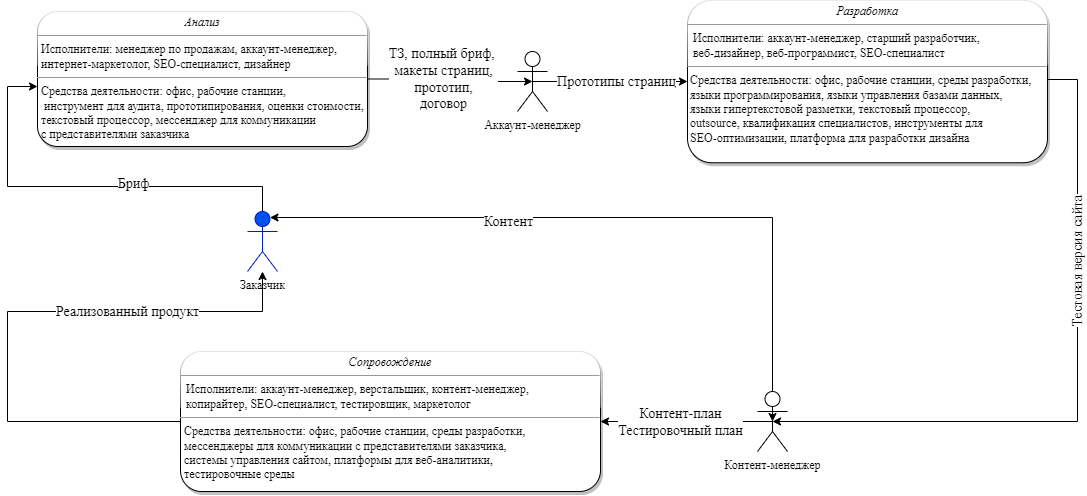
Luzinsan/tusur keeps this draw.io diagram as 3 курс/5 семестр/ТСиСА/Курсовая/модели2ч-Модель Структуры (уровень 2).drawio.png. Above is the earlier version. Source tidied: cells renumbered, new cells last; positions are measured from the earlier drawing's top-left corner, leaving out a move shared by most shapes.
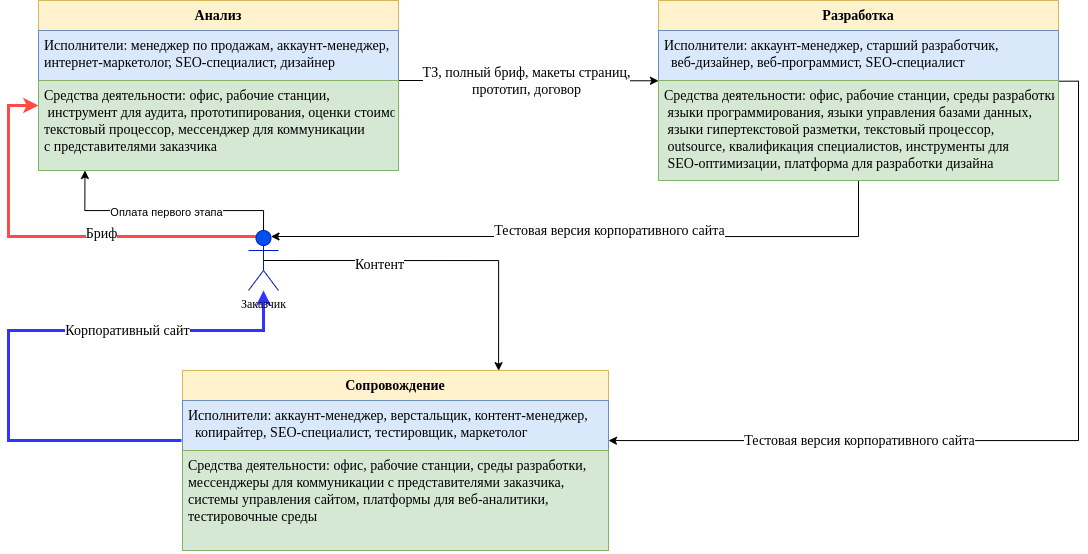
Above is the later version.

Diff of the diagram source:
```diff
@@ -2,19 +2,34 @@
   <root>
     <mxCell id="0" />
     <mxCell id="1" parent="0" />
-    <mxCell id="2" style="edgeStyle=orthogonalEdgeStyle;rounded=0;jettySize=auto;html=1;entryX=0.5;entryY=0.5;entryDx=0;entryDy=0;entryPerimeter=0;fontFamily=Times New Roman;fontSize=14;" parent="1" edge="1" source="4" target="16">
-      <mxGeometry relative="1" as="geometry" />
+    <mxCell id="2" style="edgeStyle=orthogonalEdgeStyle;rounded=0;jettySize=auto;html=1;fontFamily=Times New Roman;fontSize=14;entryX=0;entryY=0.003;entryDx=0;entryDy=0;entryPerimeter=0;" parent="1" edge="1" target="31">
+      <mxGeometry relative="1" as="geometry">
+        <mxPoint x="390" y="61" as="sourcePoint" />
+        <Array as="points">
+          <mxPoint x="460" y="61" />
+          <mxPoint x="460" y="61" />
+        </Array>
+      </mxGeometry>
     </mxCell>
-    <mxCell id="3" value="ТЗ, полный бриф, &lt;br&gt;макеты страниц,&lt;br&gt;прототип,&lt;br&gt;договор" style="edgeLabel;html=1;align=center;verticalAlign=middle;fontSize=14;fontFamily=Times New Roman;" parent="2" vertex="1">
+    <mxCell id="3" value="ТЗ, полный бриф, макеты страниц,&lt;br&gt;прототип, договор" style="edgeLabel;html=1;align=center;verticalAlign=middle;fontSize=14;fontFamily=Times New Roman;" parent="2" vertex="1">
       <mxGeometry x="-0.28" y="2" relative="1" as="geometry">
-        <mxPoint x="14" y="2" as="offset" />
+        <mxPoint x="33" y="2" as="offset" />
       </mxGeometry>
     </mxCell>
-    <mxCell id="4" value="&lt;p style=&quot;margin:0px;margin-top:4px;text-align:center;&quot;&gt;&lt;i&gt;Анализ&lt;/i&gt;&lt;/p&gt;&lt;hr size=&quot;1&quot;&gt;&lt;p style=&quot;margin:0px;margin-left:4px;&quot;&gt;Исполнители: менеджер по продажам, аккаунт-менеджер, &lt;br&gt;интернет-маркетолог, SEO-специалист, дизайнер&lt;br&gt;&lt;/p&gt;&lt;hr size=&quot;1&quot;&gt;&lt;p style=&quot;margin:0px;margin-left:4px;&quot;&gt;Средства деятельности: офис, рабочие станции, &lt;br&gt;&amp;nbsp;инструмент для аудита, прототипирования, оценки стоимости,&lt;br&gt;текстовый процессор, мессенджер для коммуникации &lt;br&gt;с представителями заказчика&lt;/p&gt;" style="verticalAlign=top;align=left;overflow=fill;fontSize=12;fontFamily=Times New Roman;html=1;glass=1;shadow=1;rounded=1;" parent="1" vertex="1">
-      <mxGeometry x="30" y="11" width="330" height="135" as="geometry" />
-    </mxCell>
+    <mxCell id="22" style="edgeStyle=orthogonalEdgeStyle;rounded=0;jettySize=auto;html=1;entryX=0.5;entryY=0;entryDx=0;entryDy=0;entryPerimeter=0;strokeWidth=1;startArrow=classic;startFill=1;endArrow=none;endFill=0;exitX=0.129;exitY=1;exitDx=0;exitDy=0;exitPerimeter=0;" parent="1" edge="1" source="28" target="13">
+      <mxGeometry relative="1" as="geometry">
+        <Array as="points">
+          <mxPoint x="76" y="191" />
+          <mxPoint x="255" y="191" />
+        </Array>
+      </mxGeometry>
+    </mxCell>
+    <mxCell id="23" value="Оплата первого этапа" style="edgeLabel;html=1;align=center;verticalAlign=middle;" parent="22" vertex="1">
+      <mxGeometry x="0.01" y="-1" relative="1" as="geometry" />
+    </mxCell>
-    <mxCell id="5" style="edgeStyle=orthogonalEdgeStyle;rounded=0;jettySize=auto;html=1;fontFamily=Times New Roman;fontSize=14;" parent="1" edge="1" source="7" target="13">
+    <mxCell id="5" style="edgeStyle=orthogonalEdgeStyle;rounded=0;jettySize=auto;html=1;fontFamily=Times New Roman;fontSize=14;fillColor=#dae8fc;strokeColor=#3333FF;strokeWidth=3;" parent="1" edge="1" target="13">
       <mxGeometry relative="1" as="geometry">
+        <mxPoint x="173" y="421" as="sourcePoint" />
         <Array as="points">
           <mxPoint y="421" />
           <mxPoint y="311" />
@@ -22,36 +37,31 @@
         </Array>
       </mxGeometry>
     </mxCell>
-    <mxCell id="6" value="Реализованный продукт" style="edgeLabel;html=1;align=center;verticalAlign=middle;fontSize=14;fontFamily=Times New Roman;" parent="5" vertex="1">
+    <mxCell id="6" value="Корпоративный сайт" style="edgeLabel;html=1;align=center;verticalAlign=middle;fontSize=14;fontFamily=Times New Roman;" parent="5" vertex="1">
       <mxGeometry x="0.12" relative="1" as="geometry">
         <mxPoint x="78" as="offset" />
       </mxGeometry>
     </mxCell>
-    <mxCell id="7" value="&lt;p style=&quot;margin:0px;margin-top:4px;text-align:center;&quot;&gt;&lt;i&gt;Сопровождение&lt;/i&gt;&lt;/p&gt;&lt;hr size=&quot;1&quot;&gt;&lt;p style=&quot;margin:0px;margin-left:4px;&quot;&gt;&lt;/p&gt;&amp;nbsp; Исполнители: аккаунт-менеджер, верстальщик, контент-менеджер,&lt;br&gt;&amp;nbsp; копирайтер, SEO-специалист, тестировщик, маркетолог&lt;br&gt;&lt;hr size=&quot;1&quot;&gt;&lt;p style=&quot;margin:0px;margin-left:4px;&quot;&gt;Средства деятельности: офис, рабочие станции, среды разработки, &lt;br&gt;мессенджеры для коммуникации с представителями заказчика, &lt;br&gt;системы управления сайтом, платформы для веб-аналитики, &lt;br&gt;тестировочные среды&lt;/p&gt;" style="verticalAlign=top;align=left;overflow=fill;fontSize=12;fontFamily=Times New Roman;html=1;glass=1;shadow=1;rounded=1;" parent="1" vertex="1">
-      <mxGeometry x="173" y="351" width="420" height="140" as="geometry" />
-    </mxCell>
-    <mxCell id="8" style="edgeStyle=orthogonalEdgeStyle;rounded=0;jettySize=auto;html=1;entryX=0.5;entryY=0.5;entryDx=0;entryDy=0;entryPerimeter=0;fontFamily=Times New Roman;fontSize=14;exitX=1;exitY=0.5;exitDx=0;exitDy=0;" parent="1" edge="1" source="10" target="21">
+    <mxCell id="8" style="edgeStyle=orthogonalEdgeStyle;rounded=0;jettySize=auto;html=1;fontFamily=Times New Roman;fontSize=14;exitX=0.999;exitY=0.007;exitDx=0;exitDy=0;exitPerimeter=0;" parent="1" edge="1" source="31">
       <mxGeometry relative="1" as="geometry">
+        <mxPoint x="600" y="421" as="targetPoint" />
         <Array as="points">
-          <mxPoint x="1070" y="79" />
+          <mxPoint x="1070" y="62" />
           <mxPoint x="1070" y="421" />
+          <mxPoint x="602" y="421" />
         </Array>
       </mxGeometry>
     </mxCell>
-    <mxCell id="9" value="Тестовая версия сайта" style="edgeLabel;html=1;align=center;verticalAlign=middle;fontSize=14;fontFamily=Times New Roman;horizontal=0;" parent="8" vertex="1">
+    <mxCell id="9" value="Тестовая версия корпоративного сайта" style="edgeLabel;html=1;align=center;verticalAlign=middle;fontSize=14;fontFamily=Times New Roman;horizontal=1;" parent="8" vertex="1">
       <mxGeometry x="-0.24" y="-3" relative="1" as="geometry">
-        <mxPoint x="3" y="-45" as="offset" />
+        <mxPoint x="-217" y="55" as="offset" />
       </mxGeometry>
     </mxCell>
-    <mxCell id="10" value="&lt;p style=&quot;margin:0px;margin-top:4px;text-align:center;&quot;&gt;&lt;i&gt;Разработка&lt;/i&gt;&lt;/p&gt;&lt;hr size=&quot;1&quot;&gt;&lt;p style=&quot;margin:0px;margin-left:4px;&quot;&gt;&lt;/p&gt;&amp;nbsp; Исполнители: аккаунт-менеджер, старший разработчик,&lt;br&gt;&amp;nbsp; веб-дизайнер, веб-программист, SEO-специалист&lt;br&gt;&lt;hr size=&quot;1&quot;&gt;&lt;p style=&quot;margin:0px;margin-left:4px;&quot;&gt;&lt;/p&gt;&amp;nbsp;Средства деятельности: офис, рабочие станции, среды разработки, &lt;br&gt;&amp;nbsp;языки программирования, языки управления базами данных, &lt;br&gt;&amp;nbsp;языки гипертекстовой разметки, текстовый процессор,&lt;br&gt;&amp;nbsp;outsource, квалификация специалистов, инструменты для &lt;br&gt;&amp;nbsp;SEO-оптимизации, платформа для разработки дизайна" style="verticalAlign=top;align=left;overflow=fill;fontSize=12;fontFamily=Times New Roman;html=1;glass=1;shadow=1;rounded=1;" parent="1" vertex="1">
-      <mxGeometry x="680" y="-0.2" width="360" height="162.5" as="geometry" />
-    </mxCell>
-    <mxCell id="11" style="edgeStyle=orthogonalEdgeStyle;rounded=0;jettySize=auto;html=1;fontFamily=Times New Roman;fontSize=14;" parent="1" edge="1" source="13">
+    <mxCell id="11" style="edgeStyle=orthogonalEdgeStyle;rounded=0;jettySize=auto;html=1;fontFamily=Times New Roman;fontSize=14;exitX=0.25;exitY=0.1;exitDx=0;exitDy=0;exitPerimeter=0;fillColor=#f8cecc;strokeColor=#FF4B45;strokeWidth=3;" parent="1" edge="1" source="13">
       <mxGeometry relative="1" as="geometry">
         <mxPoint x="30" y="86" as="targetPoint" />
         <Array as="points">
-          <mxPoint x="255" y="186" />
-          <mxPoint y="186" />
+          <mxPoint y="217" />
           <mxPoint y="86" />
         </Array>
       </mxGeometry>
@@ -61,24 +71,25 @@
         <mxPoint x="27" as="offset" />
       </mxGeometry>
     </mxCell>
+    <mxCell id="24" style="edgeStyle=orthogonalEdgeStyle;rounded=0;jettySize=auto;html=1;entryX=0.5;entryY=1;entryDx=0;entryDy=0;strokeWidth=1;fontFamily=Times New Roman;fontSize=14;startArrow=classic;startFill=1;endArrow=none;endFill=0;exitX=0.75;exitY=0.1;exitDx=0;exitDy=0;exitPerimeter=0;" parent="1" edge="1" source="13" target="29">
+      <mxGeometry relative="1" as="geometry">
+        <Array as="points">
+          <mxPoint x="850" y="217" />
+        </Array>
+      </mxGeometry>
+    </mxCell>
+    <mxCell id="25" value="Тестовая версия корпоративного сайта" style="edgeLabel;html=1;align=center;verticalAlign=middle;fontSize=14;fontFamily=Times New Roman;" parent="24" vertex="1">
+      <mxGeometry x="0.06" y="-4" relative="1" as="geometry">
+        <mxPoint x="-2" y="-10" as="offset" />
+      </mxGeometry>
+    </mxCell>
     <mxCell id="13" value="Заказчик" style="shape=umlActor;verticalLabelPosition=bottom;verticalAlign=top;html=1;fontFamily=Times New Roman;fillColor=#0050ef;fontColor=#000000;strokeColor=#001DBC;" parent="1" vertex="1">
       <mxGeometry x="240" y="211" width="30" height="60" as="geometry" />
     </mxCell>
-    <mxCell id="14" style="edgeStyle=orthogonalEdgeStyle;rounded=0;jettySize=auto;html=1;entryX=0;entryY=0.5;entryDx=0;entryDy=0;fontFamily=Times New Roman;fontSize=14;exitX=0.5;exitY=0.5;exitDx=0;exitDy=0;exitPerimeter=0;" parent="1" edge="1" source="16" target="10">
-      <mxGeometry relative="1" as="geometry" />
-    </mxCell>
-    <mxCell id="15" value="Прототипы страниц" style="edgeLabel;html=1;align=center;verticalAlign=middle;fontSize=14;fontFamily=Times New Roman;" parent="14" vertex="1">
-      <mxGeometry x="-0.11" y="1" relative="1" as="geometry">
-        <mxPoint x="14" y="1" as="offset" />
-      </mxGeometry>
-    </mxCell>
-    <mxCell id="16" value="Аккаунт-менеджер" style="shape=umlActor;verticalLabelPosition=bottom;verticalAlign=top;html=1;fontFamily=Times New Roman;" parent="1" vertex="1">
-      <mxGeometry x="510" y="51" width="30" height="60" as="geometry" />
-    </mxCell>
-    <mxCell id="17" style="edgeStyle=orthogonalEdgeStyle;rounded=0;jettySize=auto;html=1;entryX=0.75;entryY=0.1;entryDx=0;entryDy=0;entryPerimeter=0;fontFamily=Times New Roman;fontSize=14;exitX=0.5;exitY=0.5;exitDx=0;exitDy=0;exitPerimeter=0;startArrow=classic;startFill=1;" parent="1" edge="1" source="21" target="13">
+    <mxCell id="17" style="edgeStyle=orthogonalEdgeStyle;rounded=0;jettySize=auto;html=1;entryX=0.5;entryY=0.5;entryDx=0;entryDy=0;entryPerimeter=0;fontFamily=Times New Roman;fontSize=14;exitX=0.742;exitY=0.001;exitDx=0;exitDy=0;startArrow=classic;startFill=1;endArrow=none;endFill=0;exitPerimeter=0;" parent="1" edge="1" source="32" target="13">
       <mxGeometry relative="1" as="geometry">
         <Array as="points">
-          <mxPoint x="765" y="217" />
+          <mxPoint x="490" y="241" />
         </Array>
       </mxGeometry>
     </mxCell>
@@ -87,16 +98,32 @@
         <mxPoint x="-2" as="offset" />
       </mxGeometry>
     </mxCell>
-    <mxCell id="19" style="edgeStyle=orthogonalEdgeStyle;rounded=0;jettySize=auto;html=1;entryX=1;entryY=0.5;entryDx=0;entryDy=0;fontFamily=Times New Roman;fontSize=14;exitX=0.5;exitY=0.5;exitDx=0;exitDy=0;exitPerimeter=0;" parent="1" edge="1" source="21" target="7">
-      <mxGeometry relative="1" as="geometry" />
-    </mxCell>
-    <mxCell id="20" value="Контент-план&lt;br&gt;Тестировочный план" style="edgeLabel;html=1;align=center;verticalAlign=middle;fontSize=14;fontFamily=Times New Roman;" parent="19" vertex="1">
-      <mxGeometry x="0.34" y="-3" relative="1" as="geometry">
-        <mxPoint x="22" y="3" as="offset" />
-      </mxGeometry>
-    </mxCell>
-    <mxCell id="21" value="Контент-менеджер" style="shape=umlActor;verticalLabelPosition=bottom;verticalAlign=top;html=1;fontFamily=Times New Roman;" parent="1" vertex="1">
-      <mxGeometry x="750" y="391" width="30" height="60" as="geometry" />
-    </mxCell>
+    <mxCell id="26" value="Анализ&#10;&#10;" style="swimlane;fontStyle=1;align=center;verticalAlign=top;horizontal=1;startSize=30;fontFamily=Times New Roman;fillColor=#fff2cc;strokeColor=#d6b656;fontSize=14;" parent="1" vertex="1">
+      <mxGeometry x="30" y="-19" width="360" height="170" as="geometry" />
+    </mxCell>
+    <mxCell id="27" value="Исполнители: менеджер по продажам, аккаунт-менеджер,&#10;интернет-маркетолог, SEO-специалист, дизайнер" style="text;strokeColor=#6c8ebf;fillColor=#dae8fc;align=left;verticalAlign=top;spacingLeft=4;spacingRight=4;overflow=hidden;fontFamily=Times New Roman;fontSize=14;" parent="26" vertex="1">
+      <mxGeometry y="30" width="360" height="50" as="geometry" />
+    </mxCell>
+    <mxCell id="28" value="Средства деятельности: офис, рабочие станции,&#10; инструмент для аудита, прототипирования, оценки стоимости,&#10;текстовый процессор, мессенджер для коммуникации&#10;с представителями заказчика" style="text;strokeColor=#82b366;fillColor=#d5e8d4;align=left;verticalAlign=top;spacingLeft=4;spacingRight=4;overflow=hidden;points=[[0,0.5],[1,0.5]];portConstraint=eastwest;fontFamily=Times New Roman;fontSize=14;" parent="26" vertex="1">
+      <mxGeometry y="80" width="360" height="90" as="geometry" />
+    </mxCell>
+    <mxCell id="29" value="Разработка&#10;" style="swimlane;fontStyle=1;align=center;verticalAlign=top;horizontal=1;startSize=30;fontFamily=Times New Roman;fillColor=#fff2cc;strokeColor=#d6b656;fontSize=14;" parent="1" vertex="1">
+      <mxGeometry x="650" y="-19" width="400" height="180" as="geometry" />
+    </mxCell>
+    <mxCell id="30" value="Исполнители: аккаунт-менеджер, старший разработчик,&#10;  веб-дизайнер, веб-программист, SEO-специалист" style="text;strokeColor=#6c8ebf;fillColor=#dae8fc;align=left;verticalAlign=top;spacingLeft=4;spacingRight=4;overflow=hidden;fontFamily=Times New Roman;fontSize=14;" parent="29" vertex="1">
+      <mxGeometry y="30" width="400" height="50" as="geometry" />
+    </mxCell>
+    <mxCell id="31" value="Средства деятельности: офис, рабочие станции, среды разработки,&#10; языки программирования, языки управления базами данных,&#10; языки гипертекстовой разметки, текстовый процессор,&#10; outsource, квалификация специалистов, инструменты для&#10; SEO-оптимизации, платформа для разработки дизайна" style="text;strokeColor=#82b366;fillColor=#d5e8d4;align=left;verticalAlign=top;spacingLeft=4;spacingRight=4;overflow=hidden;points=[[0,0.5],[1,0.5]];portConstraint=eastwest;fontFamily=Times New Roman;fontSize=14;" parent="29" vertex="1">
+      <mxGeometry y="80" width="400" height="100" as="geometry" />
+    </mxCell>
+    <mxCell id="32" value="Сопровождение" style="swimlane;fontStyle=1;align=center;verticalAlign=top;horizontal=1;startSize=30;fontFamily=Times New Roman;fillColor=#fff2cc;strokeColor=#d6b656;fontSize=14;" parent="1" vertex="1">
+      <mxGeometry x="174" y="351" width="426" height="180" as="geometry" />
+    </mxCell>
+    <mxCell id="33" value="Исполнители: аккаунт-менеджер, верстальщик, контент-менеджер,&#10;  копирайтер, SEO-специалист, тестировщик, маркетолог" style="text;strokeColor=#6c8ebf;fillColor=#dae8fc;align=left;verticalAlign=top;spacingLeft=4;spacingRight=4;overflow=hidden;fontFamily=Times New Roman;fontSize=14;" parent="32" vertex="1">
+      <mxGeometry y="30" width="426" height="50" as="geometry" />
+    </mxCell>
+    <mxCell id="34" value="Средства деятельности: офис, рабочие станции, среды разработки,&#10;мессенджеры для коммуникации с представителями заказчика,&#10;системы управления сайтом, платформы для веб-аналитики,&#10;тестировочные среды" style="text;strokeColor=#82b366;fillColor=#d5e8d4;align=left;verticalAlign=top;spacingLeft=4;spacingRight=4;overflow=hidden;fontFamily=Times New Roman;fontSize=14;" parent="32" vertex="1">
+      <mxGeometry y="80" width="426" height="100" as="geometry" />
+    </mxCell>
   </root>
 </mxGraphModel>
```
